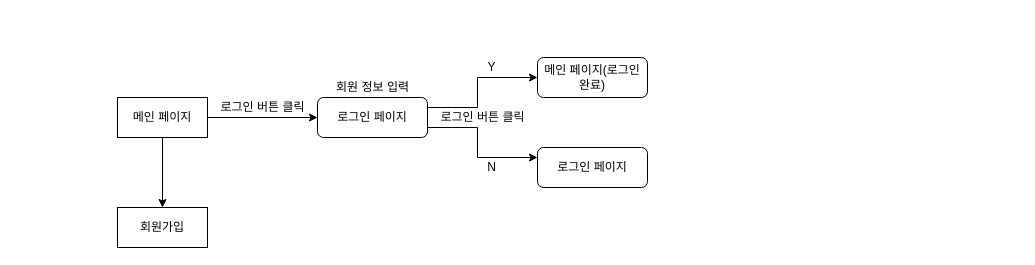
The draw.io diagram Untitled Diagram.drawio in Developer-SeongBeomPark/Comento_making_board, before the edit. Source tidied: cells renumbered, new cells numbered last; positions are measured from the earlier drawing's top-left corner, leaving out a move shared by most shapes. Both pictures are drawn from the tidied source at 100%, with x=0, y=0 at pixel (117, 57).
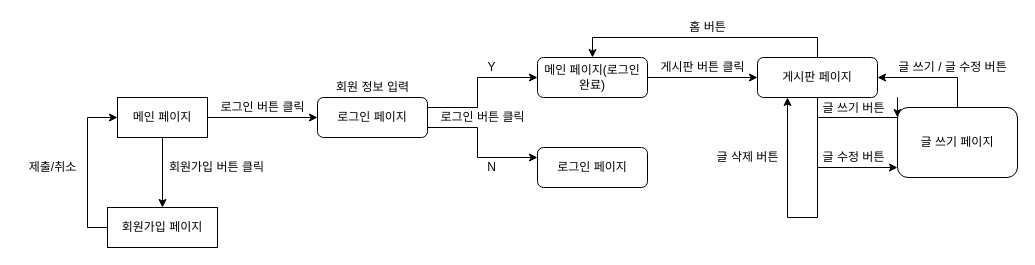
The same page after the edit.

The change refers to these unchanged cells:
```xml
<mxCell id="3" value="메인 페이지" style="rounded=0;whiteSpace=wrap;html=1;" parent="1" vertex="1">
  <mxGeometry y="40" width="90" height="40" as="geometry" />
</mxCell>
<mxCell id="9" value="메인 페이지(로그인 완료)" style="rounded=1;whiteSpace=wrap;html=1;" parent="1" vertex="1">
  <mxGeometry x="420" width="110" height="40" as="geometry" />
</mxCell>
```

Diff of the diagram source:
```diff
@@
+    <mxCell id="16" style="edgeStyle=orthogonalEdgeStyle;rounded=0;jettySize=auto;html=1;exitX=0;exitY=0.5;exitDx=0;exitDy=0;entryX=0;entryY=0.5;entryDx=0;entryDy=0;" parent="1" edge="1" source="8" target="3">
+      <mxGeometry relative="1" as="geometry" />
+    </mxCell>
-    <mxCell id="8" value="회원가입" style="whiteSpace=wrap;html=1;rounded=0;" parent="1" vertex="1">
-      <mxGeometry y="150" width="90" height="40" as="geometry" />
+    <mxCell id="8" value="회원가입 페이지" style="whiteSpace=wrap;html=1;rounded=0;" parent="1" vertex="1">
+      <mxGeometry x="-10" y="150" width="110" height="40" as="geometry" />
     </mxCell>
+    <mxCell id="17" style="edgeStyle=orthogonalEdgeStyle;rounded=0;jettySize=auto;html=1;" parent="1" edge="1" source="9" target="23">
+      <mxGeometry relative="1" as="geometry" />
+    </mxCell>
@@
+    <mxCell id="18" value="회원가입 버튼 클릭" style="text;html=1;align=center;verticalAlign=middle;strokeColor=none;fillColor=none;" parent="1" vertex="1">
+      <mxGeometry x="39" y="100" width="120" height="20" as="geometry" />
+    </mxCell>
+    <mxCell id="19" value="제출/취소" style="text;html=1;align=center;verticalAlign=middle;strokeColor=none;fillColor=none;" parent="1" vertex="1">
+      <mxGeometry x="-100" y="100" width="70" height="20" as="geometry" />
+    </mxCell>
+    <mxCell id="20" style="edgeStyle=orthogonalEdgeStyle;rounded=0;jettySize=auto;html=1;exitX=0.5;exitY=1;exitDx=0;exitDy=0;" parent="1" edge="1" source="23">
+      <mxGeometry relative="1" as="geometry">
+        <mxPoint x="780" y="60" as="targetPoint" />
+      </mxGeometry>
+    </mxCell>
+    <mxCell id="21" style="edgeStyle=orthogonalEdgeStyle;rounded=0;jettySize=auto;html=1;exitX=0.5;exitY=1;exitDx=0;exitDy=0;" parent="1" edge="1" source="23">
+      <mxGeometry relative="1" as="geometry">
+        <mxPoint x="700" y="40" as="targetPoint" />
+      </mxGeometry>
+    </mxCell>
+    <mxCell id="22" style="edgeStyle=orthogonalEdgeStyle;rounded=0;jettySize=auto;html=1;exitX=0.5;exitY=0;exitDx=0;exitDy=0;entryX=0.5;entryY=0;entryDx=0;entryDy=0;" parent="1" edge="1" source="23" target="9">
+      <mxGeometry relative="1" as="geometry" />
+    </mxCell>
+    <mxCell id="23" value="게시판 페이지" style="whiteSpace=wrap;html=1;rounded=1;" parent="1" vertex="1">
+      <mxGeometry x="640" width="120" height="40" as="geometry" />
+    </mxCell>
+    <mxCell id="24" value="게시판 버튼 클릭" style="text;html=1;align=center;verticalAlign=middle;strokeColor=none;fillColor=none;" parent="1" vertex="1">
+      <mxGeometry x="530" width="110" height="20" as="geometry" />
+    </mxCell>
+    <mxCell id="25" style="endArrow=none;html=1;rounded=0;" parent="1" edge="1">
+      <mxGeometry relative="1" as="geometry">
+        <mxPoint x="700" y="160" as="sourcePoint" />
+        <mxPoint x="700" y="60" as="targetPoint" />
+      </mxGeometry>
+    </mxCell>
+    <mxCell id="26" value="글 쓰기 버튼" style="text;html=1;align=center;verticalAlign=middle;strokeColor=none;fillColor=none;" parent="1" vertex="1">
+      <mxGeometry x="696" y="41" width="80" height="20" as="geometry" />
+    </mxCell>
+    <mxCell id="27" style="endArrow=classic;html=1;rounded=0;" parent="1" edge="1">
+      <mxGeometry relative="1" as="geometry">
+        <mxPoint x="700" y="110" as="sourcePoint" />
+        <mxPoint x="780" y="110" as="targetPoint" />
+      </mxGeometry>
+    </mxCell>
+    <mxCell id="28" value="글 수정 버튼" style="text;html=1;align=center;verticalAlign=middle;strokeColor=none;fillColor=none;" parent="1" vertex="1">
+      <mxGeometry x="696" y="90" width="80" height="20" as="geometry" />
+    </mxCell>
+    <mxCell id="29" style="edgeStyle=orthogonalEdgeStyle;rounded=0;jettySize=auto;html=1;exitX=0.5;exitY=0;exitDx=0;exitDy=0;entryX=1;entryY=0.5;entryDx=0;entryDy=0;" parent="1" edge="1" source="30" target="23">
+      <mxGeometry relative="1" as="geometry" />
+    </mxCell>
+    <mxCell id="30" value="글 쓰기 페이지" style="rounded=1;whiteSpace=wrap;html=1;" parent="1" vertex="1">
+      <mxGeometry x="780" y="50" width="120" height="70" as="geometry" />
+    </mxCell>
+    <mxCell id="31" style="endArrow=none;html=1;rounded=0;startArrow=none;" parent="1" edge="1">
+      <mxGeometry relative="1" as="geometry">
+        <mxPoint x="670" y="160" as="sourcePoint" />
+        <mxPoint x="700" y="160" as="targetPoint" />
+      </mxGeometry>
+    </mxCell>
+    <mxCell id="32" style="endArrow=classic;html=1;rounded=0;entryX=0.25;entryY=1;entryDx=0;entryDy=0;" parent="1" edge="1" target="23">
+      <mxGeometry relative="1" as="geometry">
+        <mxPoint x="670" y="160" as="sourcePoint" />
+      </mxGeometry>
+    </mxCell>
+    <mxCell id="33" value="글 삭제 버튼" style="text;html=1;align=center;verticalAlign=middle;strokeColor=none;fillColor=none;" parent="1" vertex="1">
+      <mxGeometry x="590" y="90" width="80" height="20" as="geometry" />
+    </mxCell>
+    <mxCell id="34" value="글 쓰기 / 글 수정 버튼" style="text;html=1;align=center;verticalAlign=middle;strokeColor=none;fillColor=none;" parent="1" vertex="1">
+      <mxGeometry x="770" width="130" height="20" as="geometry" />
+    </mxCell>
+    <mxCell id="35" value="홈 버튼" style="text;html=1;align=center;verticalAlign=middle;strokeColor=none;fillColor=none;" parent="1" vertex="1">
+      <mxGeometry x="565" y="-40" width="50" height="20" as="geometry" />
+    </mxCell>
```
